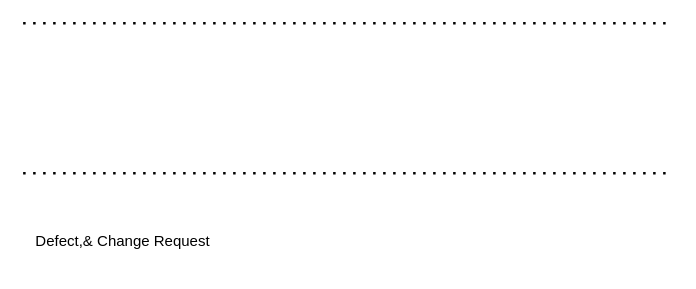
This is agileProcess.drawio from surajnaik90/Architectures-Designs, a draw.io file, before an edit. Source tidied: cells renumbered, new cells numbered last; positions are measured from the earlier drawing's top-left corner, leaving out a move shared by most shapes. Both pictures are drawn from the tidied source at 125%, with x=0, y=0 at pixel (22, 22).
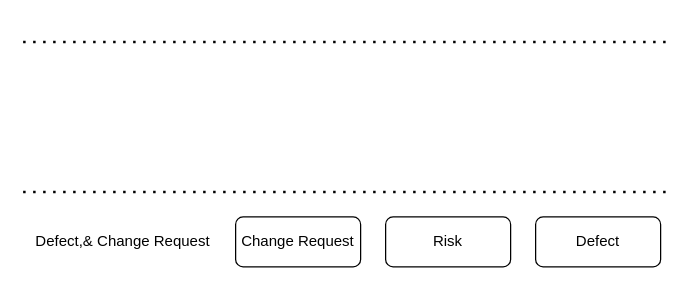
The same page after the edit.

What changed in the source:
```diff
@@
 <mxGraphModel>
   <root>
     <mxCell id="0" />
     <mxCell id="1" parent="0" />
     <mxCell id="2" style="endArrow=none;dashed=1;html=1;dashPattern=1 3;strokeWidth=2;rounded=0;" parent="1" edge="1">
       <mxGeometry relative="1" as="geometry">
-        <mxPoint as="sourcePoint" />
-        <mxPoint x="520" as="targetPoint" />
+        <mxPoint y="15" as="sourcePoint" />
+        <mxPoint x="520" y="15" as="targetPoint" />
       </mxGeometry>
     </mxCell>
     <mxCell id="3" style="endArrow=none;dashed=1;html=1;dashPattern=1 3;strokeWidth=2;rounded=0;" parent="1" edge="1">
       <mxGeometry relative="1" as="geometry">
-        <mxPoint y="120" as="sourcePoint" />
-        <mxPoint x="520" y="120" as="targetPoint" />
+        <mxPoint y="135" as="sourcePoint" />
+        <mxPoint x="520" y="135" as="targetPoint" />
       </mxGeometry>
     </mxCell>
     <mxCell id="4" value="Defect,&amp;amp; Change Request" style="text;html=1;strokeColor=none;fillColor=none;align=center;verticalAlign=middle;whiteSpace=wrap;rounded=0;" parent="1" vertex="1">
       <mxGeometry y="160" width="160" height="30" as="geometry" />
     </mxCell>
+    <mxCell id="5" value="Change Request" style="rounded=1;whiteSpace=wrap;html=1;" parent="1" vertex="1">
+      <mxGeometry x="170" y="155" width="100" height="40" as="geometry" />
+    </mxCell>
+    <mxCell id="6" value="Defect" style="rounded=1;whiteSpace=wrap;html=1;" parent="1" vertex="1">
+      <mxGeometry x="410" y="155" width="100" height="40" as="geometry" />
+    </mxCell>
+    <mxCell id="7" value="Risk" style="rounded=1;whiteSpace=wrap;html=1;" parent="1" vertex="1">
+      <mxGeometry x="290" y="155" width="100" height="40" as="geometry" />
+    </mxCell>
   </root>
 </mxGraphModel>
```
